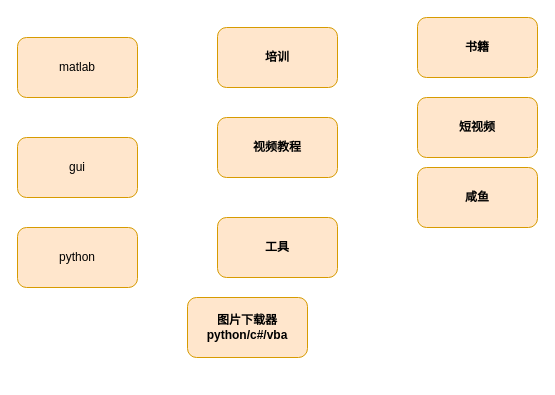
This is assets/drawio/slash.drawio from atanx/atanx.github.io, a draw.io file, before an edit. Source tidied: cells renumbered, new cells numbered last; positions are measured from the earlier drawing's top-left corner, leaving out a move shared by most shapes. Both pictures are drawn from the tidied source at 100%, with x=0, y=0 at pixel (17, 17).
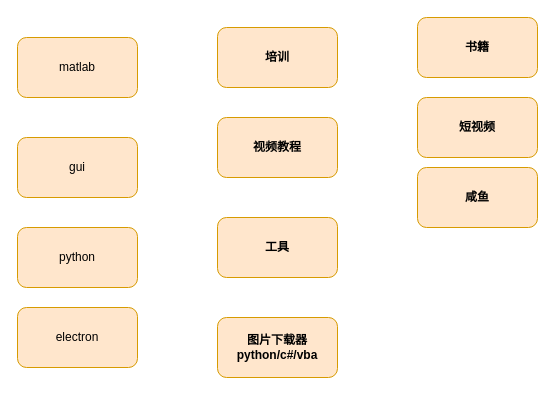
After the change.

Diff of the diagram source:
```diff
@@
 <mxGraphModel>
   <root>
     <mxCell id="0" />
     <mxCell id="1" parent="0" />
     <mxCell id="2" value="matlab" style="rounded=1;whiteSpace=wrap;html=1;fillColor=#ffe6cc;strokeColor=#d79b00;" parent="1" vertex="1">
       <mxGeometry y="20" width="120" height="60" as="geometry" />
     </mxCell>
     <mxCell id="3" value="gui" style="rounded=1;whiteSpace=wrap;html=1;fillColor=#ffe6cc;strokeColor=#d79b00;" parent="1" vertex="1">
       <mxGeometry y="120" width="120" height="60" as="geometry" />
     </mxCell>
     <mxCell id="4" value="培训" style="rounded=1;whiteSpace=wrap;html=1;fillColor=#ffe6cc;strokeColor=#d79b00;fontStyle=1;" parent="1" vertex="1">
       <mxGeometry x="200" y="10" width="120" height="60" as="geometry" />
     </mxCell>
     <mxCell id="5" value="视频教程" style="rounded=1;whiteSpace=wrap;html=1;fillColor=#ffe6cc;strokeColor=#d79b00;fontStyle=1;" parent="1" vertex="1">
       <mxGeometry x="200" y="100" width="120" height="60" as="geometry" />
     </mxCell>
     <mxCell id="6" value="书籍" style="rounded=1;whiteSpace=wrap;html=1;fillColor=#ffe6cc;strokeColor=#d79b00;fontStyle=1;" parent="1" vertex="1">
       <mxGeometry x="400" width="120" height="60" as="geometry" />
     </mxCell>
     <mxCell id="7" value="短视频" style="rounded=1;whiteSpace=wrap;html=1;fillColor=#ffe6cc;strokeColor=#d79b00;fontStyle=1;" parent="1" vertex="1">
       <mxGeometry x="400" y="80" width="120" height="60" as="geometry" />
     </mxCell>
     <mxCell id="8" value="咸鱼" style="rounded=1;whiteSpace=wrap;html=1;fillColor=#ffe6cc;strokeColor=#d79b00;fontStyle=1;" parent="1" vertex="1">
       <mxGeometry x="400" y="150" width="120" height="60" as="geometry" />
     </mxCell>
     <mxCell id="9" value="工具" style="rounded=1;whiteSpace=wrap;html=1;fillColor=#ffe6cc;strokeColor=#d79b00;fontStyle=1;" parent="1" vertex="1">
       <mxGeometry x="200" y="200" width="120" height="60" as="geometry" />
     </mxCell>
     <mxCell id="10" value="图片下载器&lt;br&gt;python/c#/vba" style="rounded=1;whiteSpace=wrap;html=1;fillColor=#ffe6cc;strokeColor=#d79b00;fontStyle=1;" parent="1" vertex="1">
-      <mxGeometry x="170" y="280" width="120" height="60" as="geometry" />
+      <mxGeometry x="200" y="300" width="120" height="60" as="geometry" />
     </mxCell>
     <mxCell id="11" value="python" style="rounded=1;whiteSpace=wrap;html=1;fillColor=#ffe6cc;strokeColor=#d79b00;" parent="1" vertex="1">
       <mxGeometry y="210" width="120" height="60" as="geometry" />
     </mxCell>
+    <mxCell id="12" value="electron" style="rounded=1;whiteSpace=wrap;html=1;fillColor=#ffe6cc;strokeColor=#d79b00;" parent="1" vertex="1">
+      <mxGeometry y="290" width="120" height="60" as="geometry" />
+    </mxCell>
   </root>
 </mxGraphModel>
```
